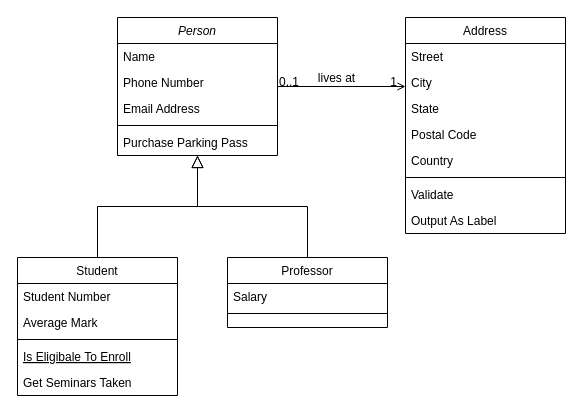
Before: Untitled Diagram.drawio in chaohuzhang/ace-linux, a draw.io diagram. Source tidied: cells renumbered, new cells numbered last; positions are measured from the earlier drawing's top-left corner, leaving out a move shared by most shapes. Both pictures are drawn from the tidied source at 100%, with x=0, y=0 at pixel (17, 17).
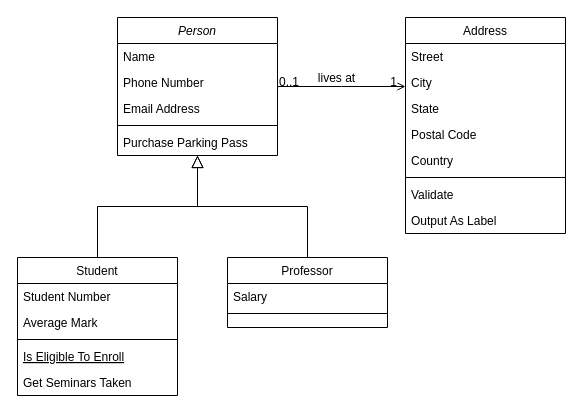
After the change.

Unchanged cells that the change refers to:
```xml
<mxCell id="8" value="Student" style="swimlane;fontStyle=0;align=center;verticalAlign=top;horizontal=1;startSize=26;rounded=0;shadow=0;strokeWidth=1;" parent="1" vertex="1">
  <mxGeometry y="240" width="160" height="138" as="geometry" />
</mxCell>
```

The edit, as a diff of the source:
```diff
@@
-    <mxCell id="12" value="Is Eligibale To Enroll" style="text;align=left;verticalAlign=top;spacingLeft=4;spacingRight=4;overflow=hidden;fontStyle=4;" parent="8" vertex="1">
+    <mxCell id="12" value="Is Eligible To Enroll" style="text;align=left;verticalAlign=top;spacingLeft=4;spacingRight=4;overflow=hidden;fontStyle=4;" parent="8" vertex="1">
       <mxGeometry y="86" width="160" height="26" as="geometry" />
     </mxCell>
```
